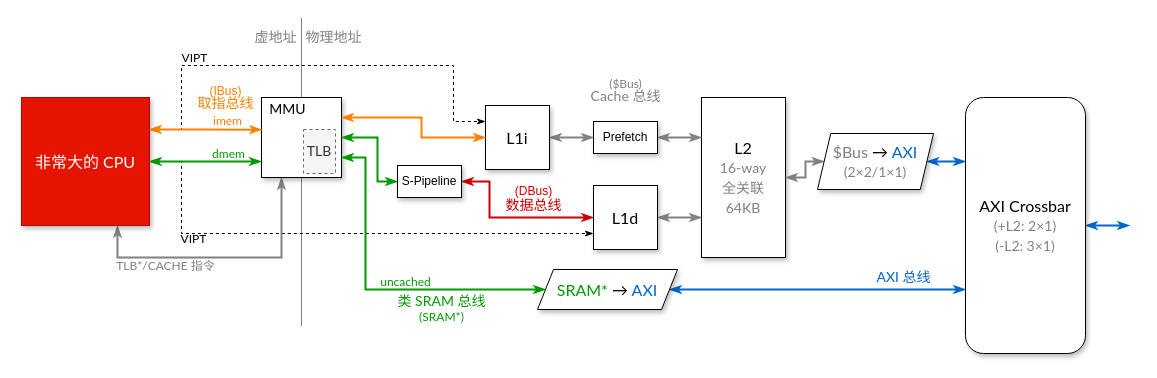
Earlier version of the draw.io diagram cache/assets/architecture.drawio (NSCSCC-2020-Fudan/FDU1.1-NSCSCC). Source tidied: cells renumbered, new cells numbered last; positions are measured from the earlier drawing's top-left corner, leaving out a move shared by most shapes. Both pictures are drawn from the tidied source at 100%, with x=0, y=0 at pixel (21, 17).
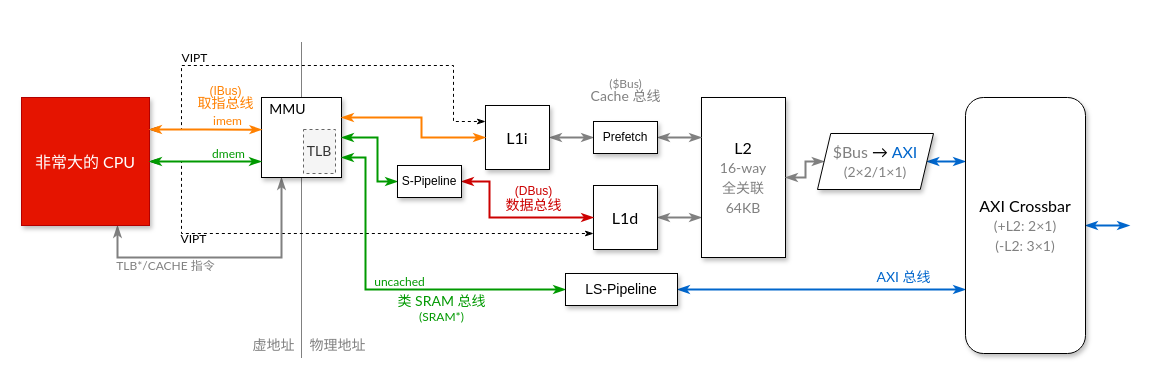
The same diagram, later.

Commit message (it also covers changes not shown here):
Annotate uncached load/store pipeline in design.

Unchanged cells that the change refers to:
```xml
<mxCell id="10" style="whiteSpace=wrap;html=1;fontFamily=Lato;fontSize=16;shadow=1;" parent="1" vertex="1">
  <mxGeometry x="240" y="80" width="80" height="80" as="geometry" />
</mxCell>
<mxCell id="30" value="AXI Crossbar&lt;br&gt;&lt;font style=&quot;font-size: 14px&quot; color=&quot;#808080&quot;&gt;(+L2: 2×1)&lt;br&gt;(-L2: 3×1)&lt;/font&gt;" style="rounded=1;whiteSpace=wrap;html=1;labelBackgroundColor=none;strokeColor=#000000;fontFamily=Lato;fontSize=16;shadow=1;" parent="1" vertex="1">
  <mxGeometry x="944" y="80" width="120" height="256" as="geometry" />
</mxCell>
```

Change to the diagram source:
```diff
@@
     <mxCell id="2" style="endArrow=none;html=1;strokeWidth=1;fontFamily=Lato;fontSize=12;fontColor=#CC0000;dashed=1;dashPattern=1 1;" parent="1" edge="1">
       <mxGeometry relative="1" as="geometry">
-        <mxPoint x="280" y="308" as="sourcePoint" />
-        <mxPoint x="280" as="targetPoint" />
+        <mxPoint x="280" y="340" as="sourcePoint" />
+        <mxPoint x="280" y="24" as="targetPoint" />
       </mxGeometry>
     </mxCell>
@@
-    <mxCell id="16" style="edgeStyle=orthogonalEdgeStyle;rounded=0;jettySize=auto;html=1;exitX=1;exitY=0.5;exitDx=0;exitDy=0;entryX=0;entryY=0.75;entryDx=0;entryDy=0;startArrow=classicThin;startFill=1;endArrow=classicThin;endFill=1;strokeWidth=2;fontFamily=Lato;fontSize=16;fontColor=#000000;strokeColor=#0066CC;" parent="1" edge="1" source="17" target="30">
+    <mxCell id="16" style="edgeStyle=orthogonalEdgeStyle;rounded=0;jettySize=auto;html=1;exitX=1;exitY=0.5;exitDx=0;exitDy=0;entryX=0;entryY=0.75;entryDx=0;entryDy=0;startArrow=classicThin;startFill=1;endArrow=classicThin;endFill=1;strokeWidth=2;fontFamily=Lato;fontSize=16;fontColor=#000000;strokeColor=#0066CC;" parent="1" edge="1" source="48" target="30">
       <mxGeometry relative="1" as="geometry" />
     </mxCell>
-    <mxCell id="17" value="&lt;font color=&quot;#009900&quot;&gt;SRAM*&lt;/font&gt; → &lt;font color=&quot;#0066cc&quot;&gt;AXI&lt;/font&gt;" style="shape=parallelogram;perimeter=parallelogramPerimeter;whiteSpace=wrap;html=1;labelBackgroundColor=none;fontFamily=Lato;fontSize=16;fontColor=#000000;size=0.11428571428571428;shadow=1;" parent="1" vertex="1">
-      <mxGeometry x="516" y="252" width="140" height="40" as="geometry" />
-    </mxCell>
@@
-    <mxCell id="20" style="edgeStyle=orthogonalEdgeStyle;rounded=0;jettySize=auto;html=1;exitX=1;exitY=0.75;exitDx=0;exitDy=0;entryX=0;entryY=0.5;entryDx=0;entryDy=0;startArrow=classicThin;startFill=1;endArrow=classicThin;endFill=1;fontFamily=Lato;fontSize=12;fontColor=#000000;strokeColor=#009900;strokeWidth=2;" parent="1" edge="1" source="10" target="17">
+    <mxCell id="20" style="edgeStyle=orthogonalEdgeStyle;rounded=0;jettySize=auto;html=1;exitX=1;exitY=0.75;exitDx=0;exitDy=0;entryX=0;entryY=0.5;entryDx=0;entryDy=0;startArrow=classicThin;startFill=1;endArrow=classicThin;endFill=1;fontFamily=Lato;fontSize=12;fontColor=#000000;strokeColor=#009900;strokeWidth=2;" parent="1" edge="1" source="10" target="48">
       <mxGeometry relative="1" as="geometry">
         <Array as="points">
           <mxPoint x="344" y="140" />
           <mxPoint x="344" y="272" />
+          <mxPoint x="504" y="272" />
         </Array>
       </mxGeometry>
     </mxCell>
     <mxCell id="21" value="uncached" style="edgeLabel;html=1;align=center;verticalAlign=middle;fontSize=12;fontFamily=Lato;fontColor=#009900;labelBackgroundColor=none;" parent="20" vertex="1">
       <mxGeometry x="0.59" relative="1" as="geometry">
-        <mxPoint x="-72" y="-8" as="offset" />
+        <mxPoint x="-94" y="-8" as="offset" />
       </mxGeometry>
     </mxCell>
@@
     <mxCell id="32" value="虚地址" style="text;html=1;align=center;verticalAlign=middle;fontSize=14;fontFamily=Lato;fontColor=#808080;" parent="1" vertex="1">
-      <mxGeometry x="226" y="8" width="56" height="24" as="geometry" />
+      <mxGeometry x="224" y="316" width="56" height="24" as="geometry" />
     </mxCell>
     <mxCell id="33" value="物理地址" style="text;html=1;align=center;verticalAlign=middle;fontSize=14;fontFamily=Lato;fontColor=#808080;" parent="1" vertex="1">
-      <mxGeometry x="276" y="8" width="72" height="24" as="geometry" />
+      <mxGeometry x="280" y="316" width="72" height="24" as="geometry" />
     </mxCell>
@@
+    <mxCell id="48" value="LS-Pipeline" style="rounded=0;whiteSpace=wrap;html=1;shadow=1;fontSize=14;fontColor=#000000;rotation=0;" parent="1" vertex="1">
+      <mxGeometry x="544" y="256" width="112" height="32" as="geometry" />
+    </mxCell>
```
